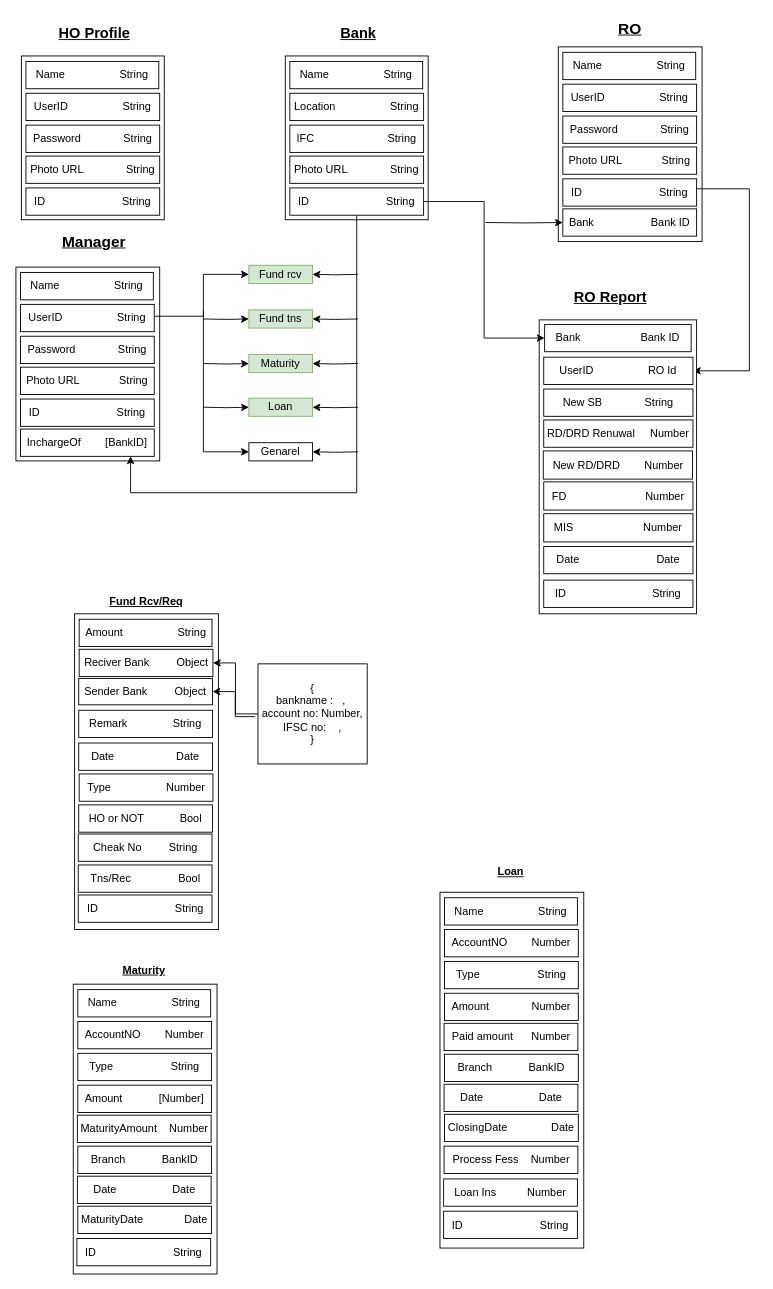
Above: Untitled Diagram.drawio in Itsbabin/Organiser (draw.io), before the change. Source tidied: cells renumbered, new cells numbered last; positions are measured from the earlier drawing's top-left corner, leaving out a move shared by most shapes. Both pictures are drawn from the tidied source at 91%, with x=0, y=0 at pixel (15, 15).
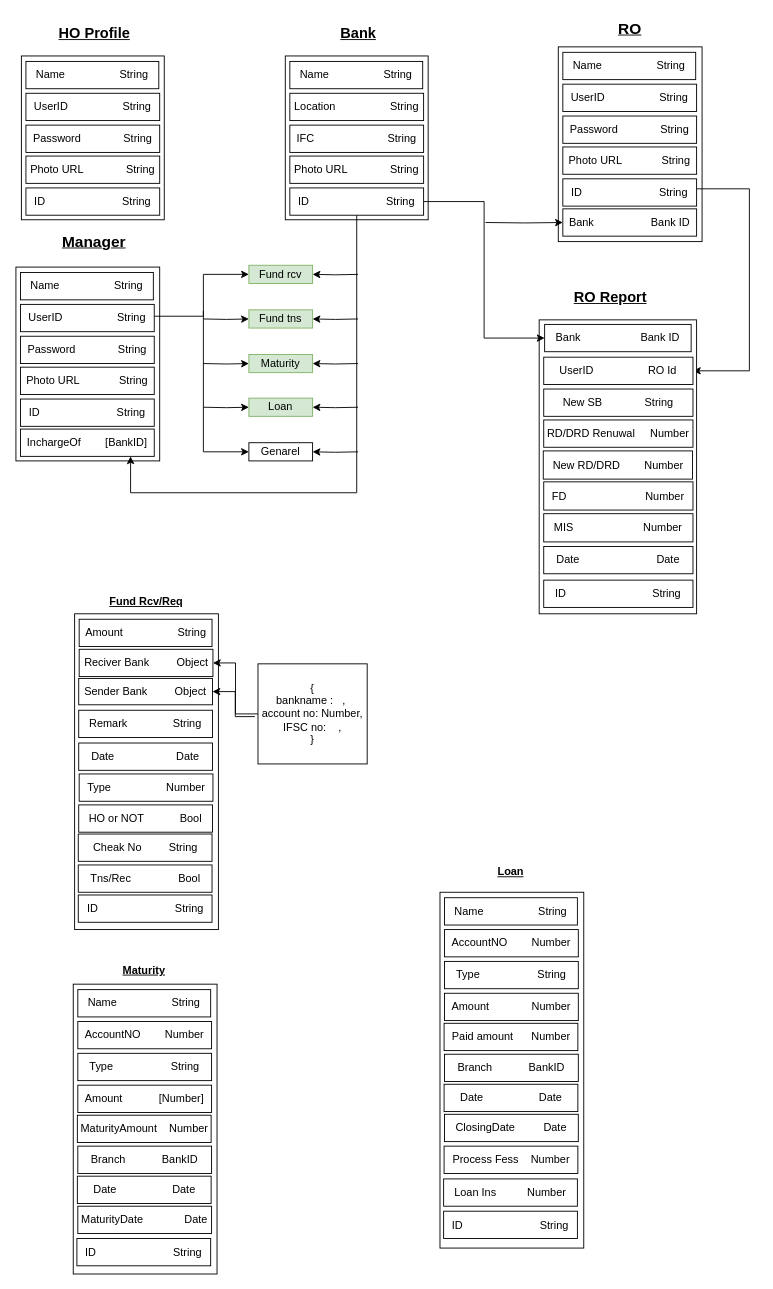
The same page after the edit.

Diff of the diagram source:
```diff
@@
-    <mxCell id="97" value="ClosingDate&lt;span style=&quot;white-space: pre;&quot;&gt;&#9;&lt;/span&gt;&lt;span style=&quot;white-space: pre;&quot;&gt;&#9;&lt;/span&gt;&amp;nbsp; Date" style="rounded=0;whiteSpace=wrap;html=1;" parent="1" vertex="1">
+    <mxCell id="97" value="ClosingDate&lt;span style=&quot;white-space: pre;&quot;&gt;&#9;&lt;/span&gt;&amp;nbsp; &amp;nbsp;&amp;nbsp; Date" style="rounded=0;whiteSpace=wrap;html=1;" parent="1" vertex="1">
       <mxGeometry x="471" y="1207" width="147" height="30" as="geometry" />
     </mxCell>
```
